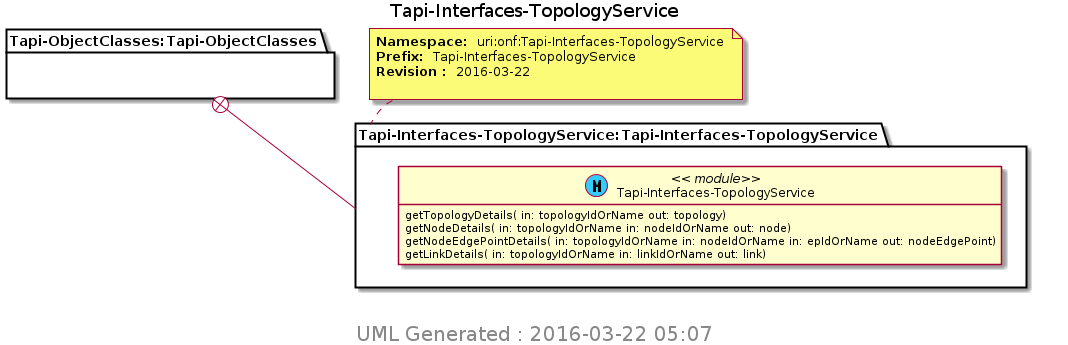
The PlantUML diagram TransportAPI/YANG/pyang_uml/Tapi-Interfaces-TopologyService.png in Open-Network-Models-and-Interfaces-ONMI/TAPI, before a commit.
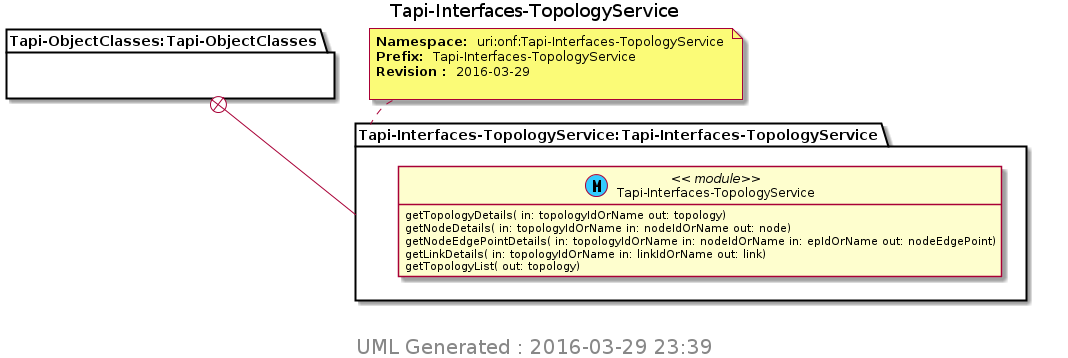
After the change.

What changed in the source:
```diff
@@ -10,7 +10,7 @@
 Title Tapi-Interfaces-TopologyService
 package "Tapi-ObjectClasses:Tapi-ObjectClasses" as Tapi_ObjectClasses_Tapi_ObjectClasses {
 }
-note top of Tapi_Interfaces_TopologyService_Tapi_Interfaces_TopologyService : <b>Namespace: </b> uri:onf:Tapi-Interfaces-TopologyService \n<b>Prefix: </b> Tapi-Interfaces-TopologyService \n<b>Revision : </b> 2016-03-22 \n
+note top of Tapi_Interfaces_TopologyService_Tapi_Interfaces_TopologyService : <b>Namespace: </b> uri:onf:Tapi-Interfaces-TopologyService \n<b>Prefix: </b> Tapi-Interfaces-TopologyService \n<b>Revision : </b> 2016-03-29 \n
 package "Tapi-Interfaces-TopologyService:Tapi-Interfaces-TopologyService" as Tapi_Interfaces_TopologyService_Tapi_Interfaces_TopologyService {
 Tapi_ObjectClasses_Tapi_ObjectClasses +-- Tapi_Interfaces_TopologyService_Tapi_Interfaces_TopologyService
 class "Tapi-Interfaces-TopologyService" as Tapi_Interfaces_TopologyService << (M, #33CCFF) module>>
@@ -18,9 +18,10 @@
 Tapi_Interfaces_TopologyService : getNodeDetails( in: topologyIdOrName in: nodeIdOrName out: node)
 Tapi_Interfaces_TopologyService : getNodeEdgePointDetails( in: topologyIdOrName in: nodeIdOrName in: epIdOrName out: nodeEdgePoint)
 Tapi_Interfaces_TopologyService : getLinkDetails( in: topologyIdOrName in: linkIdOrName out: link)
+Tapi_Interfaces_TopologyService : getTopologyList( out: topology)
 }
 
 center footer
- <size:20> UML Generated : 2016-03-22 05:07 </size>
+ <size:20> UML Generated : 2016-03-29 23:39 </size>
  endfooter
 @enduml
```
